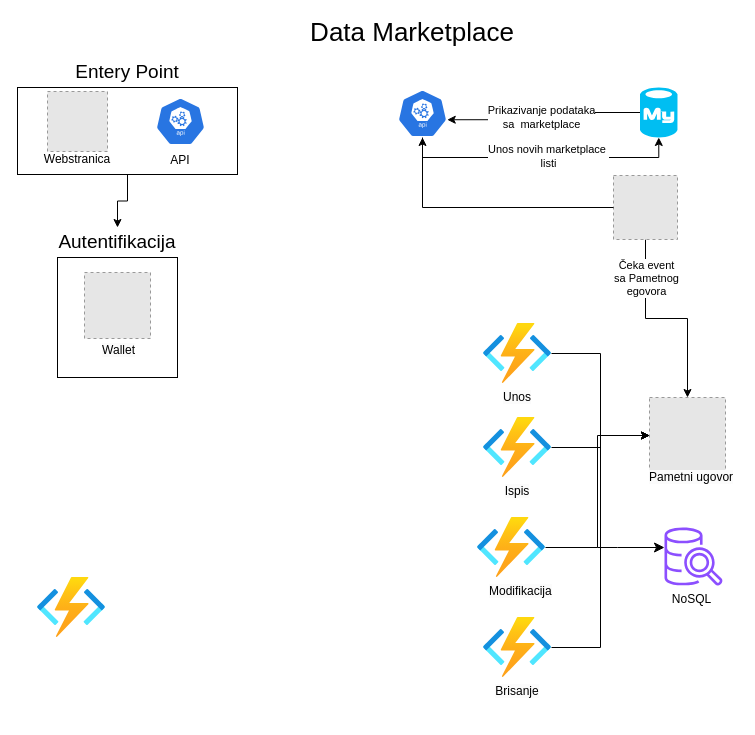
This is diagram/dBase.drawio from project-dBase/core, a draw.io file, before an edit. Source tidied: cells renumbered, new cells numbered last; positions are measured from the earlier drawing's top-left corner, leaving out a move shared by most shapes. Both pictures are drawn from the tidied source at 100%, with x=0, y=0 at pixel (17, 17). Pictures stored in the file or linked from it are replaced by grey dashed boxes.
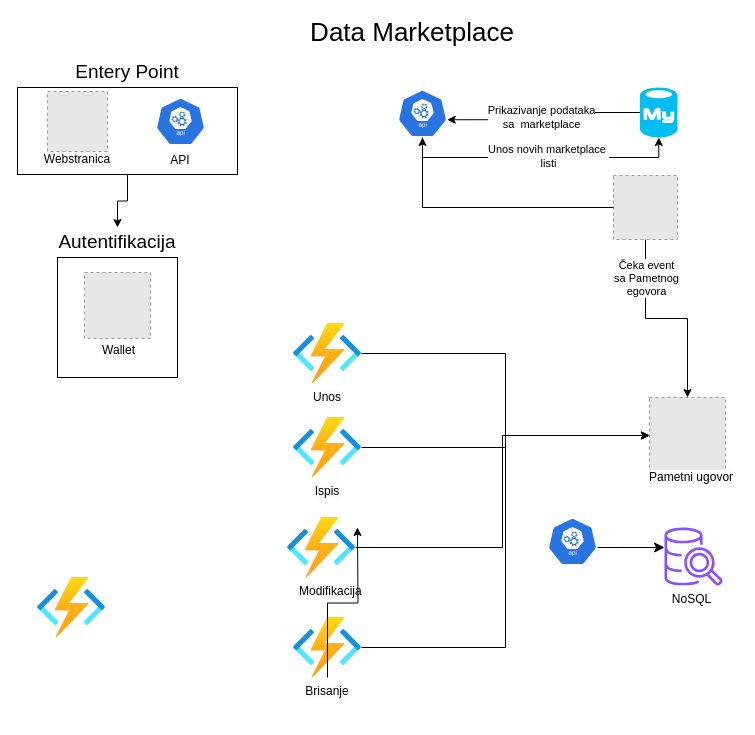
The same page after the edit.

Unchanged cells that the change refers to:
```xml
<mxCell id="35" value="&lt;span style=&quot;color: rgb(0, 0, 0); font-family: Helvetica; font-size: 12px; font-style: normal; font-variant-ligatures: normal; font-variant-caps: normal; font-weight: 400; letter-spacing: normal; orphans: 2; text-indent: 0px; text-transform: none; widows: 2; word-spacing: 0px; -webkit-text-stroke-width: 0px; background-color: rgb(251, 251, 251); text-decoration-thickness: initial; text-decoration-style: initial; text-decoration-color: initial; float: none; display: inline !important;&quot;&gt;Brisanje&lt;/span&gt;" style="text;whiteSpace=wrap;html=1;align=center;" parent="33" vertex="1">
  <mxGeometry y="60" width="80" height="40" as="geometry" />
</mxCell>
```

The edit, as a diff of the source:
```diff
@@
     <mxCell id="24" style="group;" parent="1" vertex="1">
-      <mxGeometry x="460" y="306" width="80" height="100" as="geometry" />
+      <mxGeometry x="270" y="306" width="80" height="100" as="geometry" />
     </mxCell>
@@
     <mxCell id="27" style="group;" parent="1" vertex="1">
-      <mxGeometry x="460" y="400" width="80" height="100" as="geometry" />
+      <mxGeometry x="270" y="400" width="80" height="100" as="geometry" />
     </mxCell>
@@
     <mxCell id="30" style="group;" parent="1" vertex="1">
-      <mxGeometry x="470" y="500" width="80" height="100" as="geometry" />
+      <mxGeometry x="280" y="500" width="80" height="100" as="geometry" />
     </mxCell>
@@
     <mxCell id="33" style="group;" parent="1" vertex="1">
-      <mxGeometry x="460" y="600" width="80" height="100" as="geometry" />
+      <mxGeometry x="270" y="600" width="80" height="100" as="geometry" />
     </mxCell>
@@
+    <mxCell id="50" style="edgeStyle=orthogonalEdgeStyle;rounded=0;jettySize=auto;html=1;" parent="33" edge="1" source="35">
+      <mxGeometry relative="1" as="geometry">
+        <mxPoint x="70" y="-90" as="targetPoint" />
+      </mxGeometry>
+    </mxCell>
@@
+    <mxCell id="51" style="sketch=0;html=1;dashed=0;whitespace=wrap;fillColor=#2875E2;strokeColor=#ffffff;verticalLabelPosition=bottom;align=center;verticalAlign=top;shape=mxgraph.kubernetes.icon;prIcon=api;" parent="1" vertex="1">
+      <mxGeometry x="530" y="500" width="50" height="48" as="geometry" />
+    </mxCell>
```
